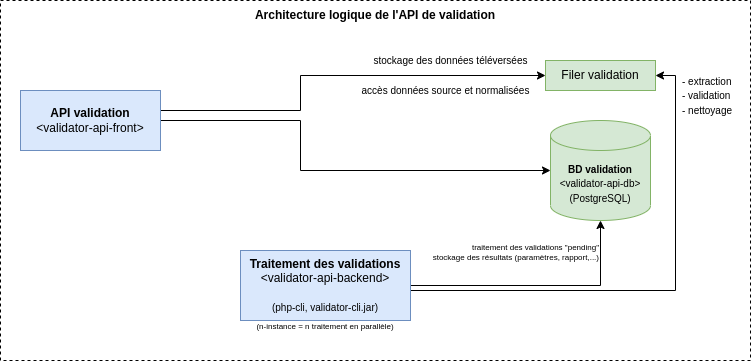
IGNF/validator-api keeps this draw.io diagram as docs/img/architecture-logique.drawio.png. Above is the earlier version. Source tidied: cells renumbered, new cells last; positions are measured from the earlier drawing's top-left corner, leaving out a move shared by most shapes.
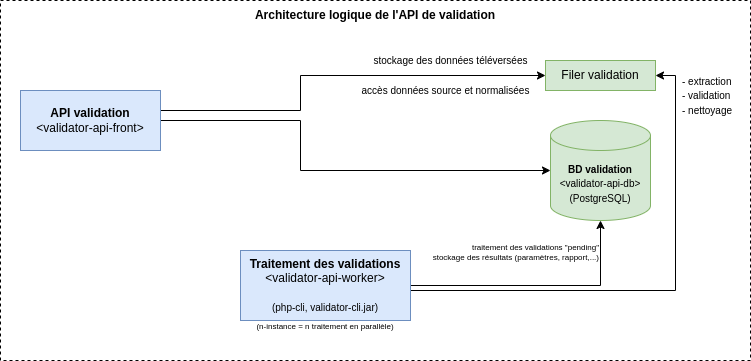
The same diagram one commit later.

Diff of the diagram source:
```diff
@@ -35,7 +35,7 @@
         </Array>
       </mxGeometry>
     </mxCell>
-    <mxCell id="8" value="&lt;b&gt;Traitement des validations&lt;br&gt;&lt;/b&gt;&amp;lt;validator-api-backend&amp;gt;&lt;br&gt;&lt;br&gt;&lt;font style=&quot;font-size: 10px&quot;&gt;(php-cli, validator-cli.jar)&lt;/font&gt;" style="rounded=0;whiteSpace=wrap;html=1;fillColor=#dae8fc;strokeColor=#6c8ebf;" parent="1" vertex="1">
+    <mxCell id="8" value="&lt;b&gt;Traitement des validations&lt;br&gt;&lt;/b&gt;&amp;lt;validator-api-worker&amp;gt;&lt;br&gt;&lt;br&gt;&lt;font style=&quot;font-size: 10px&quot;&gt;(php-cli, validator-cli.jar)&lt;/font&gt;" style="rounded=0;whiteSpace=wrap;html=1;fillColor=#dae8fc;strokeColor=#6c8ebf;" parent="1" vertex="1">
       <mxGeometry x="240" y="250" width="170" height="70" as="geometry" />
     </mxCell>
     <mxCell id="9" value="&lt;font style=&quot;font-size: 10px&quot;&gt;&lt;b&gt;BD validation&lt;br&gt;&lt;/b&gt;&amp;lt;validator-api-db&amp;gt;&lt;br&gt;&lt;font style=&quot;font-size: 10px&quot;&gt;(PostgreSQL)&lt;/font&gt;&lt;/font&gt;" style="shape=cylinder3;whiteSpace=wrap;html=1;boundedLbl=1;backgroundOutline=1;size=15;fillColor=#d5e8d4;strokeColor=#82b366;" parent="1" vertex="1">
```
